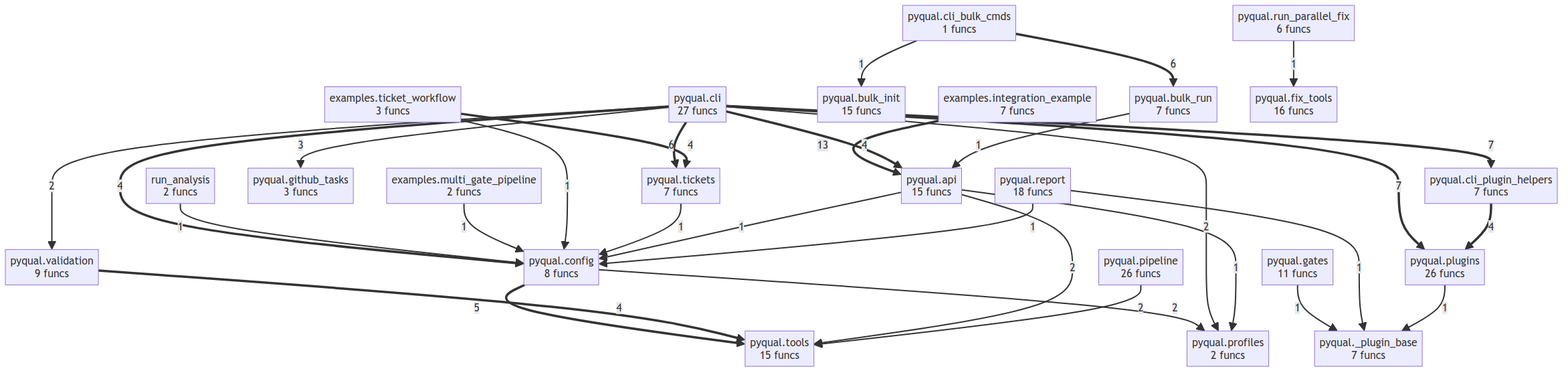
semcod/pyqual keeps this Mermaid diagram as project/compact_flow.png. Above is the earlier version. Its source is kept beside it as project/compact_flow.mmd.
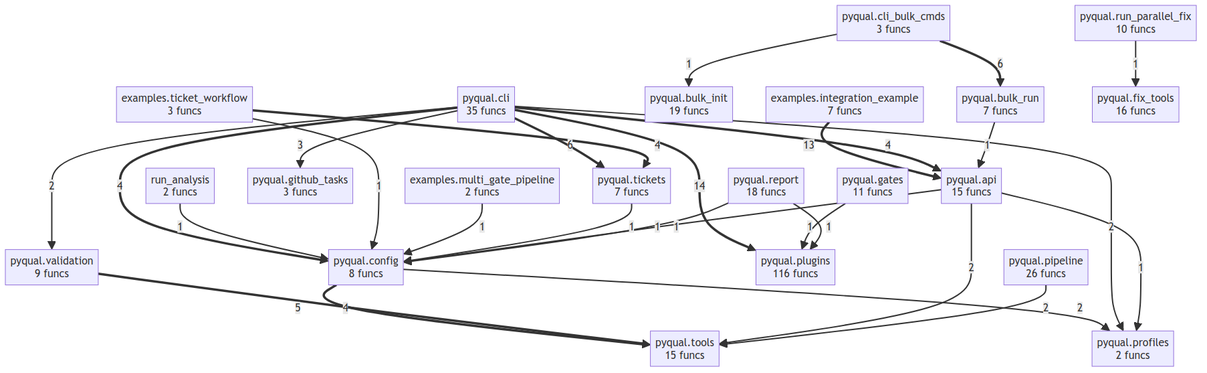
The same diagram one commit later.

What changed in the source:
```diff
@@ -2,53 +2,48 @@
     examples__integration_example["examples.integration_example<br/>7 funcs"]
     examples__multi_gate_pipeline["examples.multi_gate_pipeline<br/>2 funcs"]
     examples__ticket_workflow["examples.ticket_workflow<br/>3 funcs"]
-    pyqual___plugin_base["pyqual._plugin_base<br/>7 funcs"]
     pyqual__api["pyqual.api<br/>15 funcs"]
-    pyqual__bulk_init["pyqual.bulk_init<br/>15 funcs"]
+    pyqual__bulk_init["pyqual.bulk_init<br/>19 funcs"]
     pyqual__bulk_run["pyqual.bulk_run<br/>7 funcs"]
-    pyqual__cli["pyqual.cli<br/>27 funcs"]
-    pyqual__cli_bulk_cmds["pyqual.cli_bulk_cmds<br/>1 funcs"]
-    pyqual__cli_plugin_helpers["pyqual.cli_plugin_helpers<br/>7 funcs"]
+    pyqual__cli["pyqual.cli<br/>35 funcs"]
+    pyqual__cli_bulk_cmds["pyqual.cli_bulk_cmds<br/>3 funcs"]
     pyqual__config["pyqual.config<br/>8 funcs"]
     pyqual__fix_tools["pyqual.fix_tools<br/>16 funcs"]
     pyqual__gates["pyqual.gates<br/>11 funcs"]
     pyqual__github_tasks["pyqual.github_tasks<br/>3 funcs"]
     pyqual__pipeline["pyqual.pipeline<br/>26 funcs"]
-    pyqual__plugins["pyqual.plugins<br/>26 funcs"]
+    pyqual__plugins["pyqual.plugins<br/>116 funcs"]
     pyqual__profiles["pyqual.profiles<br/>2 funcs"]
     pyqual__report["pyqual.report<br/>18 funcs"]
-    pyqual__run_parallel_fix["pyqual.run_parallel_fix<br/>6 funcs"]
+    pyqual__run_parallel_fix["pyqual.run_parallel_fix<br/>10 funcs"]
     pyqual__tickets["pyqual.tickets<br/>7 funcs"]
     pyqual__tools["pyqual.tools<br/>15 funcs"]
     pyqual__validation["pyqual.validation<br/>9 funcs"]
     run_analysis["run_analysis<br/>2 funcs"]
+    pyqual__cli ==>|14| pyqual__plugins
     examples__integration_example ==>|13| pyqual__api
-    pyqual__cli ==>|7| pyqual__plugins
-    pyqual__cli ==>|7| pyqual__cli_plugin_helpers
+    pyqual__cli_bulk_cmds ==>|6| pyqual__bulk_run
     pyqual__cli ==>|6| pyqual__tickets
-    pyqual__cli_bulk_cmds ==>|6| pyqual__bulk_run
     pyqual__config ==>|5| pyqual__tools
     examples__ticket_workflow ==>|4| pyqual__tickets
+    pyqual__validation ==>|4| pyqual__tools
     pyqual__cli ==>|4| pyqual__config
     pyqual__cli ==>|4| pyqual__api
-    pyqual__cli_plugin_helpers ==>|4| pyqual__plugins
-    pyqual__validation ==>|4| pyqual__tools
     pyqual__cli -->|3| pyqual__github_tasks
     pyqual__config -->|2| pyqual__profiles
+    pyqual__api -->|2| pyqual__tools
     pyqual__cli -->|2| pyqual__profiles
     pyqual__cli -->|2| pyqual__validation
-    pyqual__api -->|2| pyqual__tools
     pyqual__pipeline -->|2| pyqual__tools
     run_analysis -->|1| pyqual__config
+    examples__ticket_workflow -->|1| pyqual__config
     examples__multi_gate_pipeline -->|1| pyqual__config
-    examples__ticket_workflow -->|1| pyqual__config
-    pyqual__gates -->|1| pyqual___plugin_base
+    pyqual__gates -->|1| pyqual__plugins
     pyqual__tickets -->|1| pyqual__config
     pyqual__cli_bulk_cmds -->|1| pyqual__bulk_init
     pyqual__api -->|1| pyqual__config
     pyqual__api -->|1| pyqual__profiles
     pyqual__run_parallel_fix -->|1| pyqual__fix_tools
     pyqual__bulk_run -->|1| pyqual__api
-    pyqual__report -->|1| pyqual___plugin_base
+    pyqual__report -->|1| pyqual__plugins
     pyqual__report -->|1| pyqual__config
-    pyqual__plugins -->|1| pyqual___plugin_base
```
